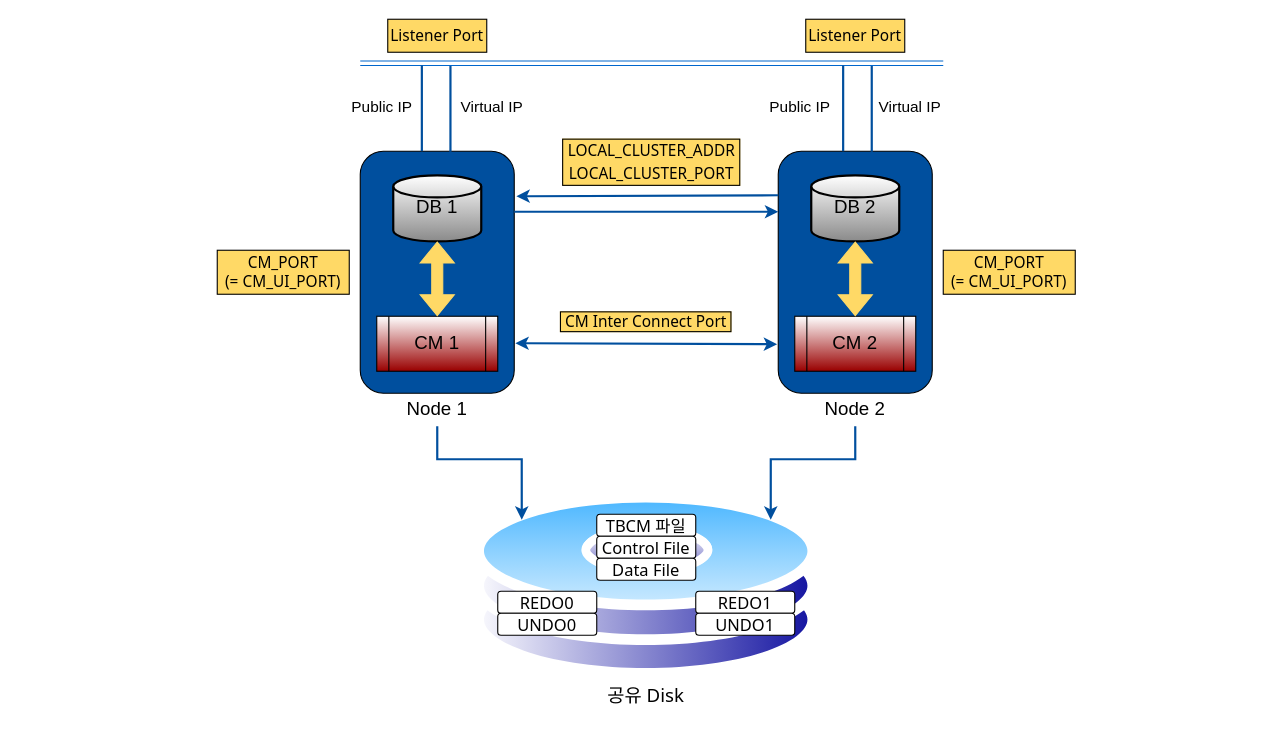
This is 제목 없는 다이어그램.drawio from jaden7856/AD_Target_Architecture, a draw.io file, before an edit. Source tidied: cells renumbered, new cells numbered last; positions are measured from the earlier drawing's top-left corner, leaving out a move shared by most shapes. Both pictures are drawn from the tidied source at 110%, with x=0, y=0 at pixel (217, 19).
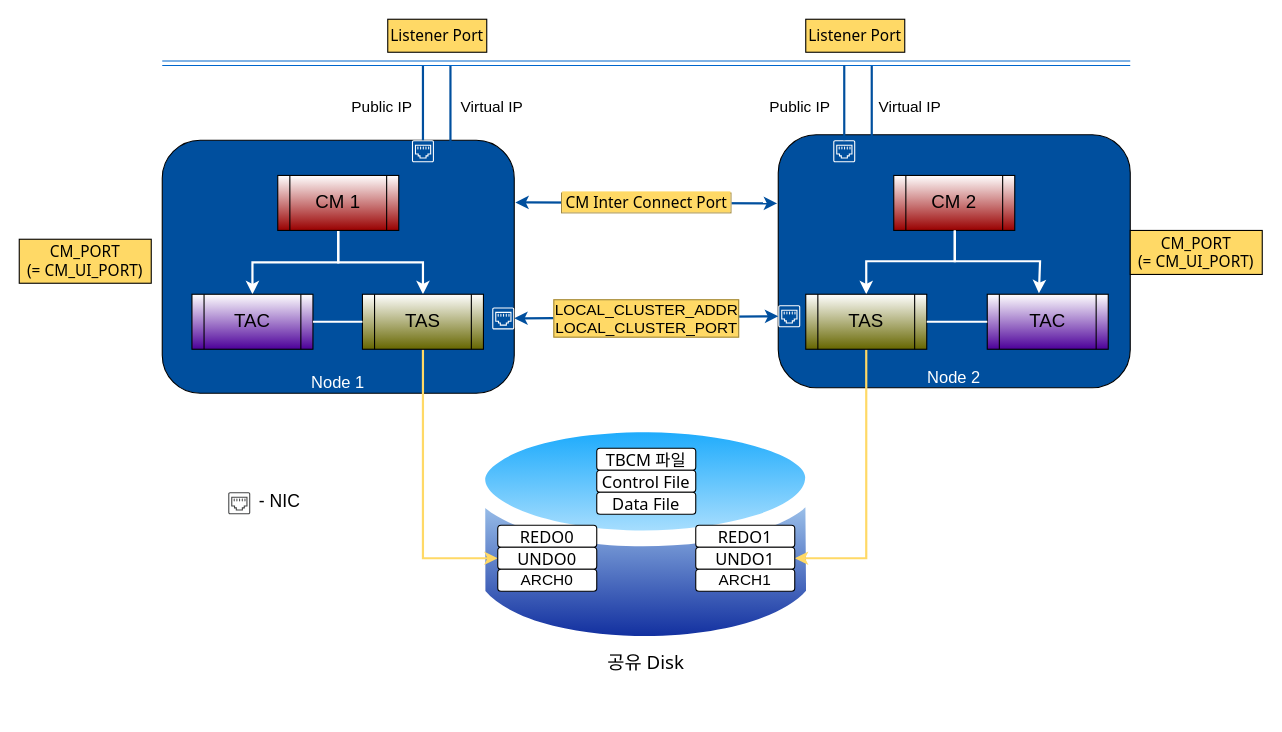
After the change.

Commit message:
제목 없는 다이어그램.drawio 업데이트

Unchanged cells that the change refers to:
```xml
<mxCell id="35" value="UNDO0" style="rounded=1;whiteSpace=wrap;html=1;labelBackgroundColor=none;labelBorderColor=none;strokeColor=default;fontFamily=Tahoma;fontSize=15;fillColor=default;gradientColor=none;" parent="33" vertex="1">
  <mxGeometry y="20" width="90" height="20" as="geometry" />
</mxCell>
<mxCell id="38" value="UNDO1" style="rounded=1;whiteSpace=wrap;html=1;labelBackgroundColor=none;labelBorderColor=none;strokeColor=default;fontFamily=Tahoma;fontSize=15;fillColor=default;gradientColor=none;" parent="36" vertex="1">
  <mxGeometry y="20" width="90" height="20" as="geometry" />
</mxCell>
```

What changed in the source:
```diff
@@
-    <mxCell id="2" style="perimeter=ellipsePerimeter;html=1;align=center;shadow=0;dashed=0;spacingTop=3;image;image=img/lib/active_directory/hard_disk.svg;strokeColor=default;fontSize=14;fillColor=#FFD966;gradientColor=#990000;" parent="1" vertex="1">
-      <mxGeometry x="230" y="430" width="320" height="170.1" as="geometry" />
-    </mxCell>
     <mxCell id="3" style="rounded=1;whiteSpace=wrap;html=1;rotation=90;fillColor=#004F9E;" parent="1" vertex="1">
-      <mxGeometry x="90" y="160" width="220" height="140" as="geometry" />
+      <mxGeometry x="-5" y="65" width="230" height="320" as="geometry" />
     </mxCell>
-    <mxCell id="4" value="&lt;font style=&quot;font-size: 17px;&quot;&gt;DB 1&lt;/font&gt;" style="strokeWidth=2;html=1;shape=mxgraph.flowchart.database;whiteSpace=wrap;gradientColor=#8A8A8A;" parent="1" vertex="1">
-      <mxGeometry x="160" y="142" width="80" height="60" as="geometry" />
-    </mxCell>
+    <mxCell id="39" style="group;" parent="1" vertex="1">
+      <mxGeometry x="345" y="390" width="225.5" height="200" as="geometry" />
+    </mxCell>
+    <mxCell id="44" style="perimeter=ellipsePerimeter;html=1;align=center;shadow=0;dashed=0;spacingTop=3;image;image=img/lib/active_directory/database.svg;labelBackgroundColor=#FFD966;labelBorderColor=#A18940;fontFamily=Helvetica;fontSize=14;" parent="39" vertex="1">
+      <mxGeometry x="-115.3" y="-40" width="320.5" height="237.2" as="geometry" />
+    </mxCell>
+    <mxCell id="40" value="&lt;font style=&quot;font-size: 15px;&quot;&gt;TBCM 파일&lt;/font&gt;" style="rounded=1;whiteSpace=wrap;html=1;labelBackgroundColor=none;labelBorderColor=none;strokeColor=default;fontFamily=Tahoma;fontSize=15;fillColor=default;gradientColor=none;" parent="39" vertex="1">
+      <mxGeometry width="90" height="20" as="geometry" />
+    </mxCell>
+    <mxCell id="41" value="Control File" style="rounded=1;whiteSpace=wrap;html=1;labelBackgroundColor=none;labelBorderColor=none;strokeColor=default;fontFamily=Tahoma;fontSize=15;fillColor=default;gradientColor=none;" parent="39" vertex="1">
+      <mxGeometry y="20" width="90" height="20" as="geometry" />
+    </mxCell>
+    <mxCell id="42" value="&lt;font style=&quot;font-size: 15px;&quot;&gt;Data File&lt;/font&gt;" style="rounded=1;whiteSpace=wrap;html=1;labelBackgroundColor=none;labelBorderColor=none;strokeColor=default;fontFamily=Tahoma;fontSize=15;fillColor=default;gradientColor=none;" parent="39" vertex="1">
+      <mxGeometry y="40" width="90" height="20" as="geometry" />
+    </mxCell>
+    <mxCell id="45" style="edgeStyle=orthogonalEdgeStyle;rounded=0;jettySize=auto;html=1;entryX=0.5;entryY=0;entryDx=0;entryDy=0;strokeColor=#FFFFFF;strokeWidth=2;fontFamily=Helvetica;fontSize=15;fontColor=#000000;labelBackgroundColor=none;" parent="1" edge="1" source="5" target="58">
+      <mxGeometry relative="1" as="geometry" />
+    </mxCell>
+    <mxCell id="46" style="edgeStyle=orthogonalEdgeStyle;rounded=0;jettySize=auto;html=1;entryX=0.5;entryY=0;entryDx=0;entryDy=0;labelBackgroundColor=none;strokeColor=#FFFFFF;strokeWidth=2;fontFamily=Helvetica;fontSize=15;fontColor=#000000;" parent="1" edge="1" source="5" target="59">
+      <mxGeometry relative="1" as="geometry" />
+    </mxCell>
     <mxCell id="5" value="&lt;font style=&quot;font-size: 17px;&quot;&gt;CM 1&lt;/font&gt;" style="shape=process;whiteSpace=wrap;html=1;backgroundOutline=1;gradientColor=#990000;" parent="1" vertex="1">
-      <mxGeometry x="145" y="270" width="110" height="50" as="geometry" />
+      <mxGeometry x="55" y="142" width="110" height="50" as="geometry" />
     </mxCell>
-    <mxCell id="6" style="shape=flexArrow;endArrow=classic;startArrow=classic;html=1;rounded=0;fontSize=17;entryX=0.5;entryY=1;entryDx=0;entryDy=0;entryPerimeter=0;exitX=0.5;exitY=0;exitDx=0;exitDy=0;strokeColor=#FFD966;fillColor=#FFD966;" parent="1" edge="1" source="5" target="4">
-      <mxGeometry relative="1" as="geometry" />
-    </mxCell>
-    <mxCell id="7" style="edgeStyle=orthogonalEdgeStyle;rounded=0;jettySize=auto;html=1;entryX=0;entryY=0;entryDx=0;entryDy=0;strokeColor=#004F9E;strokeWidth=2;fontFamily=Tahoma;fontSize=17;fillColor=#FFD966;" parent="1" edge="1" source="8" target="2">
+    <mxCell id="7" style="edgeStyle=orthogonalEdgeStyle;rounded=0;jettySize=auto;html=1;entryX=0;entryY=0.5;entryDx=0;entryDy=0;strokeColor=#FFD966;strokeWidth=2;fontFamily=Tahoma;fontSize=17;fillColor=#FFD966;exitX=0.5;exitY=1;exitDx=0;exitDy=0;" parent="1" edge="1" source="58" target="35">
       <mxGeometry relative="1" as="geometry" />
     </mxCell>
-    <mxCell id="8" value="Node 1" style="text;html=1;strokeColor=none;fillColor=none;align=center;verticalAlign=middle;whiteSpace=wrap;rounded=0;fontSize=17;" parent="1" vertex="1">
-      <mxGeometry x="170" y="340" width="60" height="30" as="geometry" />
+    <mxCell id="8" value="Node 1" style="text;html=1;strokeColor=none;fillColor=none;align=center;verticalAlign=middle;whiteSpace=wrap;rounded=0;fontSize=15;fontColor=#FFFFFF;" parent="1" vertex="1">
+      <mxGeometry x="80" y="315" width="60" height="30" as="geometry" />
     </mxCell>
     <mxCell id="9" style="shape=link;html=1;rounded=0;fontSize=17;fontColor=#0066CC;strokeColor=#0066CC;" parent="1" edge="1">
       <mxGeometry relative="1" as="geometry">
-        <mxPoint x="130" y="40" as="sourcePoint" />
-        <mxPoint x="660" y="40" as="targetPoint" />
+        <mxPoint x="-50" y="40" as="sourcePoint" />
+        <mxPoint x="830" y="40" as="targetPoint" />
         <Array as="points">
           <mxPoint x="400" y="40" />
         </Array>
       </mxGeometry>
     </mxCell>
-    <mxCell id="10" style="endArrow=none;html=1;rounded=0;fontSize=17;exitX=0;exitY=0.75;exitDx=0;exitDy=0;strokeWidth=2;strokeColor=#004F9E;" parent="1" edge="1">
-      <mxGeometry relative="1" as="geometry">
-        <mxPoint x="186" y="120" as="sourcePoint" />
-        <mxPoint x="186" y="42" as="targetPoint" />
-      </mxGeometry>
-    </mxCell>
@@
     <mxCell id="14" value="&lt;font face=&quot;Tahoma&quot;&gt;CM_PORT&lt;br&gt;(= CM_UI_PORT)&lt;/font&gt;" style="text;html=1;strokeColor=default;fillColor=#FFD966;align=center;verticalAlign=middle;whiteSpace=wrap;rounded=0;fontSize=14;" parent="1" vertex="1">
-      <mxGeometry y="210" width="120" height="40" as="geometry" />
+      <mxGeometry x="-180" y="200" width="120" height="40" as="geometry" />
     </mxCell>
     <mxCell id="15" style="rounded=1;whiteSpace=wrap;html=1;rotation=90;fillColor=#004F9E;" parent="1" vertex="1">
-      <mxGeometry x="470" y="160" width="220" height="140" as="geometry" />
+      <mxGeometry x="555" y="60" width="230" height="320" as="geometry" />
     </mxCell>
-    <mxCell id="16" value="&lt;font style=&quot;font-size: 17px;&quot;&gt;DB 2&lt;/font&gt;" style="strokeWidth=2;html=1;shape=mxgraph.flowchart.database;whiteSpace=wrap;gradientColor=#8A8A8A;" parent="1" vertex="1">
-      <mxGeometry x="540" y="142" width="80" height="60" as="geometry" />
-    </mxCell>
     <mxCell id="17" value="&lt;font style=&quot;font-size: 17px;&quot;&gt;CM 2&lt;/font&gt;" style="shape=process;whiteSpace=wrap;html=1;backgroundOutline=1;gradientColor=#990000;" parent="1" vertex="1">
-      <mxGeometry x="525" y="270" width="110" height="50" as="geometry" />
+      <mxGeometry x="615" y="142" width="110" height="50" as="geometry" />
     </mxCell>
-    <mxCell id="18" style="shape=flexArrow;endArrow=classic;startArrow=classic;html=1;rounded=0;fontSize=17;entryX=0.5;entryY=1;entryDx=0;entryDy=0;entryPerimeter=0;exitX=0.5;exitY=0;exitDx=0;exitDy=0;strokeColor=#FFD966;fillColor=#FFD966;" parent="1" edge="1" source="17" target="16">
-      <mxGeometry relative="1" as="geometry" />
-    </mxCell>
-    <mxCell id="19" style="edgeStyle=orthogonalEdgeStyle;rounded=0;jettySize=auto;html=1;entryX=1;entryY=0;entryDx=0;entryDy=0;strokeColor=#004F9E;strokeWidth=2;fontFamily=Tahoma;fontSize=17;fillColor=#FFD966;" parent="1" edge="1" source="20" target="2">
-      <mxGeometry relative="1" as="geometry" />
+    <mxCell id="19" style="edgeStyle=orthogonalEdgeStyle;rounded=0;jettySize=auto;html=1;entryX=1;entryY=0.5;entryDx=0;entryDy=0;strokeColor=#FFD966;strokeWidth=2;fontFamily=Tahoma;fontSize=17;fillColor=#FFD966;exitX=0.5;exitY=1;exitDx=0;exitDy=0;" parent="1" edge="1" source="63" target="38">
+      <mxGeometry relative="1" as="geometry">
+        <Array as="points">
+          <mxPoint x="590" y="490" />
+        </Array>
+      </mxGeometry>
     </mxCell>
-    <mxCell id="20" value="Node 2" style="text;html=1;strokeColor=none;fillColor=none;align=center;verticalAlign=middle;whiteSpace=wrap;rounded=0;fontSize=17;" parent="1" vertex="1">
-      <mxGeometry x="550" y="340" width="60" height="30" as="geometry" />
+    <mxCell id="20" value="Node 2" style="text;html=1;strokeColor=none;fillColor=none;align=center;verticalAlign=middle;whiteSpace=wrap;rounded=0;fontSize=15;fontColor=#FFFFFF;" parent="1" vertex="1">
+      <mxGeometry x="640" y="310" width="60" height="30" as="geometry" />
     </mxCell>
-    <mxCell id="21" style="endArrow=none;html=1;rounded=0;fontSize=17;exitX=0;exitY=0.75;exitDx=0;exitDy=0;strokeWidth=2;strokeColor=#004F9E;" parent="1" edge="1">
-      <mxGeometry relative="1" as="geometry">
-        <mxPoint x="569" y="120" as="sourcePoint" />
-        <mxPoint x="569" y="42" as="targetPoint" />
-      </mxGeometry>
-    </mxCell>
@@
-    <mxCell id="23" style="endArrow=none;html=1;rounded=0;fontSize=17;exitX=0;exitY=0.75;exitDx=0;exitDy=0;strokeWidth=2;strokeColor=#004F9E;" parent="1" edge="1">
+    <mxCell id="23" style="endArrow=none;html=1;rounded=0;fontSize=17;strokeWidth=2;strokeColor=#004F9E;" parent="1" edge="1">
       <mxGeometry relative="1" as="geometry">
-        <mxPoint x="595" y="120.5" as="sourcePoint" />
+        <mxPoint x="595" y="110" as="sourcePoint" />
         <mxPoint x="595" y="42.5" as="targetPoint" />
       </mxGeometry>
     </mxCell>
@@
     <mxCell id="25" value="&lt;font face=&quot;Tahoma&quot;&gt;CM_PORT&lt;br&gt;(= CM_UI_PORT)&lt;/font&gt;" style="text;html=1;strokeColor=default;fillColor=#FFD966;align=center;verticalAlign=middle;whiteSpace=wrap;rounded=0;fontSize=14;" parent="1" vertex="1">
-      <mxGeometry x="660" y="210" width="120" height="40" as="geometry" />
+      <mxGeometry x="830" y="192" width="120" height="40" as="geometry" />
     </mxCell>
@@
     <mxCell id="28" style="endArrow=classic;startArrow=classic;html=1;rounded=0;strokeColor=#004F9E;strokeWidth=2;fontSize=14;fillColor=#FFD966;entryX=0.186;entryY=1;entryDx=0;entryDy=0;entryPerimeter=0;exitX=0.182;exitY=-0.014;exitDx=0;exitDy=0;exitPerimeter=0;" parent="1" edge="1">
       <mxGeometry relative="1" as="geometry">
-        <mxPoint x="271" y="294.5" as="sourcePoint" />
-        <mxPoint x="509" y="295.4" as="targetPoint" />
+        <mxPoint x="271" y="166.5" as="sourcePoint" />
+        <mxPoint x="509" y="167.4" as="targetPoint" />
       </mxGeometry>
     </mxCell>
-    <mxCell id="29" style="endArrow=classic;html=1;rounded=0;strokeColor=#004F9E;strokeWidth=2;fontSize=14;fillColor=#FFD966;entryX=0.25;entryY=1;entryDx=0;entryDy=0;exitX=0.25;exitY=0;exitDx=0;exitDy=0;" parent="1" edge="1" source="3" target="15">
-      <mxGeometry relative="1" as="geometry" />
-    </mxCell>
-    <mxCell id="30" style="endArrow=classic;html=1;rounded=0;strokeColor=#004F9E;strokeWidth=2;fontSize=14;fillColor=#FFD966;exitX=0.182;exitY=1.014;exitDx=0;exitDy=0;exitPerimeter=0;entryX=0.186;entryY=-0.014;entryDx=0;entryDy=0;entryPerimeter=0;" parent="1" edge="1" target="3">
-      <mxGeometry relative="1" as="geometry">
-        <mxPoint x="510" y="160" as="sourcePoint" />
-      </mxGeometry>
-    </mxCell>
-    <mxCell id="31" value="&lt;div style=&quot;line-height: 140%;&quot;&gt;&lt;font face=&quot;Tahoma&quot;&gt;&amp;nbsp;LOCAL_CLUSTER_ADDR&amp;nbsp;&lt;/font&gt;&lt;/div&gt;&lt;div style=&quot;line-height: 140%;&quot;&gt;&lt;font face=&quot;Tahoma&quot;&gt;LOCAL_CLUSTER_PORT&lt;/font&gt;&lt;/div&gt;" style="text;html=1;strokeColor=none;fillColor=none;align=center;verticalAlign=middle;whiteSpace=wrap;rounded=0;labelBackgroundColor=#FFD966;labelBorderColor=default;fontSize=14;" parent="1" vertex="1">
-      <mxGeometry x="280" y="110" width="230" height="40" as="geometry" />
-    </mxCell>
-    <mxCell id="32" value="&lt;div&gt;&lt;font face=&quot;Tahoma&quot;&gt;&amp;nbsp;CM Inter Connect Port&amp;nbsp;&lt;/font&gt;&lt;/div&gt;" style="text;html=1;strokeColor=none;fillColor=none;align=center;verticalAlign=middle;whiteSpace=wrap;rounded=0;labelBackgroundColor=#FFD966;labelBorderColor=default;fontSize=14;" parent="1" vertex="1">
-      <mxGeometry x="275" y="260" width="230" height="30" as="geometry" />
+    <mxCell id="32" value="&lt;span style=&quot;font-family: Tahoma; font-size: 14px; background-color: rgb(255, 217, 102);&quot;&gt;&amp;nbsp;CM Inter Connect Port&amp;nbsp;&lt;/span&gt;" style="edgeLabel;html=1;align=center;verticalAlign=middle;fontSize=14;labelBorderColor=#A18940;" parent="28" vertex="1">
+      <mxGeometry relative="1" as="geometry" />
     </mxCell>
     <mxCell id="33" style="group;" parent="1" vertex="1">
-      <mxGeometry x="255" y="520" width="90" height="40" as="geometry" />
+      <mxGeometry x="255" y="460" width="90" height="40" as="geometry" />
     </mxCell>
@@
     <mxCell id="36" style="group;" parent="1" vertex="1">
-      <mxGeometry x="435" y="520" width="90" height="40" as="geometry" />
+      <mxGeometry x="435" y="460" width="90" height="40" as="geometry" />
     </mxCell>
@@
-    <mxCell id="39" style="group;" parent="1" vertex="1">
-      <mxGeometry x="345" y="450" width="90" height="60" as="geometry" />
-    </mxCell>
-    <mxCell id="40" value="&lt;font style=&quot;font-size: 15px;&quot;&gt;TBCM 파일&lt;/font&gt;" style="rounded=1;whiteSpace=wrap;html=1;labelBackgroundColor=none;labelBorderColor=none;strokeColor=default;fontFamily=Tahoma;fontSize=15;fillColor=default;gradientColor=none;" parent="39" vertex="1">
-      <mxGeometry width="90" height="20" as="geometry" />
-    </mxCell>
-    <mxCell id="41" value="Control File" style="rounded=1;whiteSpace=wrap;html=1;labelBackgroundColor=none;labelBorderColor=none;strokeColor=default;fontFamily=Tahoma;fontSize=15;fillColor=default;gradientColor=none;" parent="39" vertex="1">
-      <mxGeometry y="20" width="90" height="20" as="geometry" />
-    </mxCell>
-    <mxCell id="42" value="&lt;font style=&quot;font-size: 15px;&quot;&gt;Data File&lt;/font&gt;" style="rounded=1;whiteSpace=wrap;html=1;labelBackgroundColor=none;labelBorderColor=none;strokeColor=default;fontFamily=Tahoma;fontSize=15;fillColor=default;gradientColor=none;" parent="39" vertex="1">
-      <mxGeometry y="40" width="90" height="20" as="geometry" />
-    </mxCell>
+    <mxCell id="47" style="sketch=0;shadow=0;dashed=0;html=1;strokeColor=none;fillColor=#FFFFFF;labelPosition=center;verticalLabelPosition=bottom;verticalAlign=top;align=center;outlineConnect=0;shape=mxgraph.vvd.ethernet_port;labelBackgroundColor=#FFFFFF;" parent="1" vertex="1">
+      <mxGeometry x="250" y="262" width="20" height="20" as="geometry" />
+    </mxCell>
+    <mxCell id="48" style="sketch=0;shadow=0;dashed=0;html=1;strokeColor=none;fillColor=#FFFFFF;labelPosition=center;verticalLabelPosition=bottom;verticalAlign=top;align=center;outlineConnect=0;shape=mxgraph.vvd.ethernet_port;labelBackgroundColor=default;" parent="1" vertex="1">
+      <mxGeometry x="510" y="260" width="20" height="20" as="geometry" />
+    </mxCell>
+    <mxCell id="49" style="endArrow=classic;startArrow=classic;html=1;rounded=0;strokeWidth=2;strokeColor=#004F9E;" parent="1" edge="1" source="47" target="48">
+      <mxGeometry relative="1" as="geometry" />
+    </mxCell>
+    <mxCell id="31" value="LOCAL_CLUSTER_ADDR&lt;br style=&quot;font-size: 14px;&quot;&gt;LOCAL_CLUSTER_PORT" style="edgeLabel;html=1;align=center;verticalAlign=middle;fontSize=14;labelBackgroundColor=#FFD966;labelBorderColor=#A18940;" parent="49" vertex="1">
+      <mxGeometry relative="1" as="geometry" />
+    </mxCell>
+    <mxCell id="50" style="sketch=0;shadow=0;dashed=0;html=1;strokeColor=none;fillColor=#FFFFFF;labelPosition=center;verticalLabelPosition=bottom;verticalAlign=top;align=center;outlineConnect=0;shape=mxgraph.vvd.ethernet_port;labelBackgroundColor=default;" parent="1" vertex="1">
+      <mxGeometry x="560" y="110" width="20" height="20" as="geometry" />
+    </mxCell>
+    <mxCell id="51" style="endArrow=none;html=1;rounded=0;strokeWidth=2;strokeColor=#004F9E;" parent="1" edge="1" source="50">
+      <mxGeometry relative="1" as="geometry">
+        <mxPoint x="570" y="42" as="targetPoint" />
+      </mxGeometry>
+    </mxCell>
+    <mxCell id="52" style="sketch=0;shadow=0;dashed=0;html=1;strokeColor=none;fillColor=#FFFFFF;labelPosition=center;verticalLabelPosition=bottom;verticalAlign=top;align=center;outlineConnect=0;shape=mxgraph.vvd.ethernet_port;labelBackgroundColor=default;" parent="1" vertex="1">
+      <mxGeometry x="177" y="110" width="20" height="20" as="geometry" />
+    </mxCell>
+    <mxCell id="53" style="endArrow=none;html=1;rounded=0;strokeWidth=2;strokeColor=#004F9E;" parent="1" edge="1" source="52">
+      <mxGeometry relative="1" as="geometry">
+        <mxPoint x="187" y="42.5" as="targetPoint" />
+      </mxGeometry>
+    </mxCell>
+    <mxCell id="54" value="&lt;span style=&quot;font-size: 14px; text-align: start; background-color: rgb(255, 255, 255);&quot;&gt;ARCH0&lt;/span&gt;" style="rounded=1;whiteSpace=wrap;html=1;labelBackgroundColor=none;labelBorderColor=none;strokeColor=default;fontFamily=Helvetica;fontSize=14;fillColor=default;gradientColor=none;" parent="1" vertex="1">
+      <mxGeometry x="255" y="500" width="90" height="20" as="geometry" />
+    </mxCell>
+    <mxCell id="55" value="&lt;span style=&quot;font-size: 14px; text-align: start; background-color: rgb(255, 255, 255);&quot;&gt;ARCH1&lt;/span&gt;" style="rounded=1;whiteSpace=wrap;html=1;labelBackgroundColor=none;labelBorderColor=none;strokeColor=default;fontFamily=Helvetica;fontSize=14;fillColor=default;gradientColor=none;" parent="1" vertex="1">
+      <mxGeometry x="435" y="500" width="90" height="20" as="geometry" />
+    </mxCell>
+    <mxCell id="56" style="sketch=0;shadow=0;dashed=0;html=1;strokeColor=none;fillColor=#434445;labelPosition=center;verticalLabelPosition=bottom;verticalAlign=top;align=center;shape=mxgraph.vvd.ethernet_port;labelBackgroundColor=default;" parent="1" vertex="1">
+      <mxGeometry x="10" y="430" width="20" height="20" as="geometry" />
+    </mxCell>
+    <mxCell id="57" value="- NIC" style="text;html=1;strokeColor=none;fillColor=none;align=center;verticalAlign=middle;whiteSpace=wrap;rounded=0;labelBackgroundColor=default;labelBorderColor=none;fontFamily=Helvetica;fontSize=16;" parent="1" vertex="1">
+      <mxGeometry x="27" y="423" width="60" height="30" as="geometry" />
+    </mxCell>
     <mxCell id="43" value="공유 Disk" style="text;html=1;strokeColor=none;fillColor=none;align=center;verticalAlign=middle;whiteSpace=wrap;rounded=0;labelBackgroundColor=none;labelBorderColor=none;fontFamily=Tahoma;fontSize=17;" parent="1" vertex="1">
-      <mxGeometry x="350" y="600.1" width="80" height="30" as="geometry" />
+      <mxGeometry x="350" y="570" width="80" height="30" as="geometry" />
     </mxCell>
+    <mxCell id="58" value="&lt;font style=&quot;font-size: 17px;&quot;&gt;TAS&lt;/font&gt;" style="shape=process;whiteSpace=wrap;html=1;backgroundOutline=1;gradientColor=#666600;" parent="1" vertex="1">
+      <mxGeometry x="132" y="250" width="110" height="50" as="geometry" />
+    </mxCell>
+    <mxCell id="59" value="&lt;font style=&quot;font-size: 17px;&quot;&gt;TAC&lt;/font&gt;" style="shape=process;whiteSpace=wrap;html=1;backgroundOutline=1;gradientColor=#4C0099;" parent="1" vertex="1">
+      <mxGeometry x="-23" y="250" width="110" height="50" as="geometry" />
+    </mxCell>
+    <mxCell id="60" style="endArrow=none;html=1;rounded=0;labelBackgroundColor=none;strokeColor=#FFFFFF;strokeWidth=2;fontFamily=Helvetica;fontSize=15;fontColor=#000000;entryX=0;entryY=0.5;entryDx=0;entryDy=0;exitX=1;exitY=0.5;exitDx=0;exitDy=0;" parent="1" edge="1" source="59" target="58">
+      <mxGeometry relative="1" as="geometry" />
+    </mxCell>
+    <mxCell id="61" style="edgeStyle=orthogonalEdgeStyle;rounded=0;jettySize=auto;html=1;entryX=0.427;entryY=-0.02;entryDx=0;entryDy=0;strokeColor=#FFFFFF;strokeWidth=2;fontFamily=Helvetica;fontSize=15;fontColor=#000000;labelBackgroundColor=none;entryPerimeter=0;" parent="1" edge="1" target="64">
+      <mxGeometry relative="1" as="geometry">
+        <mxPoint x="670.5" y="192" as="sourcePoint" />
+        <Array as="points">
+          <mxPoint x="671" y="220" />
+          <mxPoint x="748" y="220" />
+        </Array>
+      </mxGeometry>
+    </mxCell>
+    <mxCell id="62" style="edgeStyle=orthogonalEdgeStyle;rounded=0;jettySize=auto;html=1;labelBackgroundColor=none;strokeColor=#FFFFFF;strokeWidth=2;fontFamily=Helvetica;fontSize=15;fontColor=#000000;entryX=0.5;entryY=0;entryDx=0;entryDy=0;" parent="1" edge="1" target="63">
+      <mxGeometry relative="1" as="geometry">
+        <mxPoint x="670.5" y="192" as="sourcePoint" />
+        <Array as="points">
+          <mxPoint x="671" y="220" />
+          <mxPoint x="590" y="220" />
+        </Array>
+      </mxGeometry>
+    </mxCell>
+    <mxCell id="63" value="&lt;font style=&quot;font-size: 17px;&quot;&gt;TAS&lt;/font&gt;" style="shape=process;whiteSpace=wrap;html=1;backgroundOutline=1;gradientColor=#666600;" parent="1" vertex="1">
+      <mxGeometry x="535" y="250" width="110" height="50" as="geometry" />
+    </mxCell>
+    <mxCell id="64" value="&lt;font style=&quot;font-size: 17px;&quot;&gt;TAC&lt;/font&gt;" style="shape=process;whiteSpace=wrap;html=1;backgroundOutline=1;gradientColor=#4C0099;" parent="1" vertex="1">
+      <mxGeometry x="700" y="250" width="110" height="50" as="geometry" />
+    </mxCell>
+    <mxCell id="65" style="endArrow=none;html=1;rounded=0;labelBackgroundColor=none;strokeColor=#FFFFFF;strokeWidth=2;fontFamily=Helvetica;fontSize=15;fontColor=#000000;entryX=1;entryY=0.5;entryDx=0;entryDy=0;exitX=0;exitY=0.5;exitDx=0;exitDy=0;" parent="1" edge="1" source="64" target="63">
+      <mxGeometry relative="1" as="geometry" />
+    </mxCell>
```
